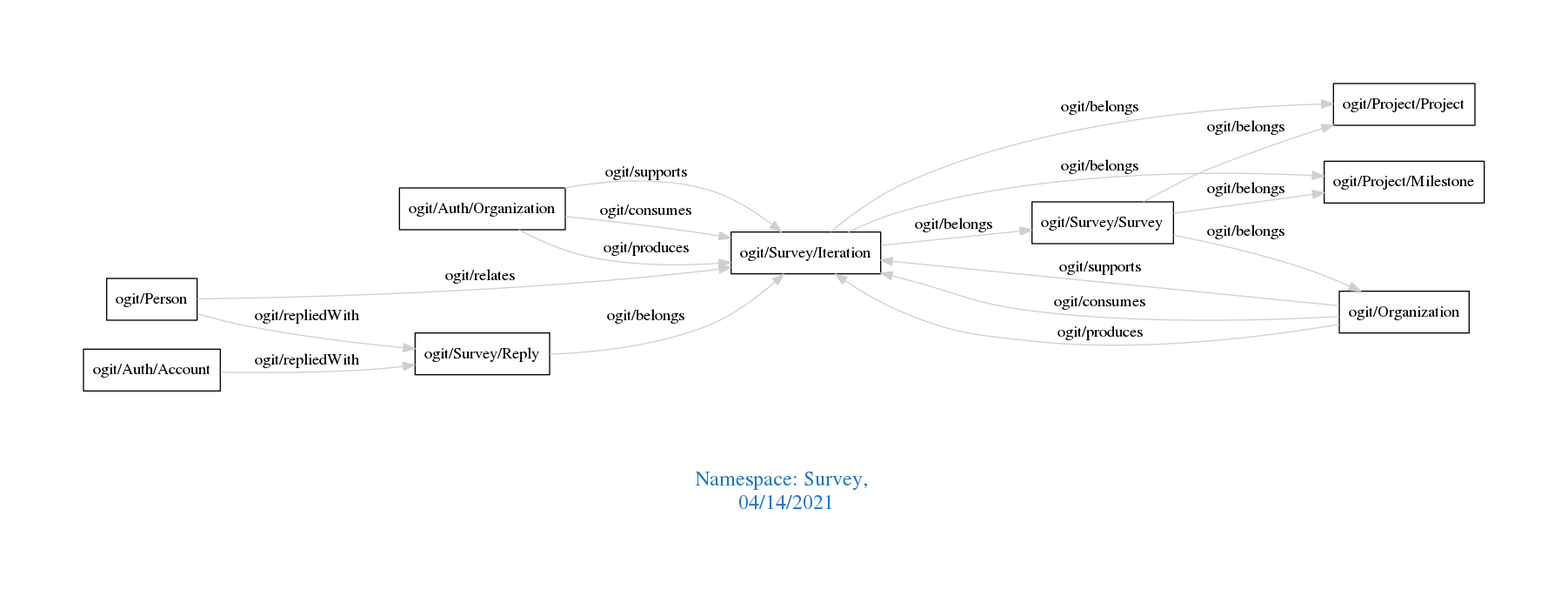
Earlier version of the Graphviz export downloads/Survey.png (arago/OGIT). Its source is kept beside it as downloads/Survey.dot.
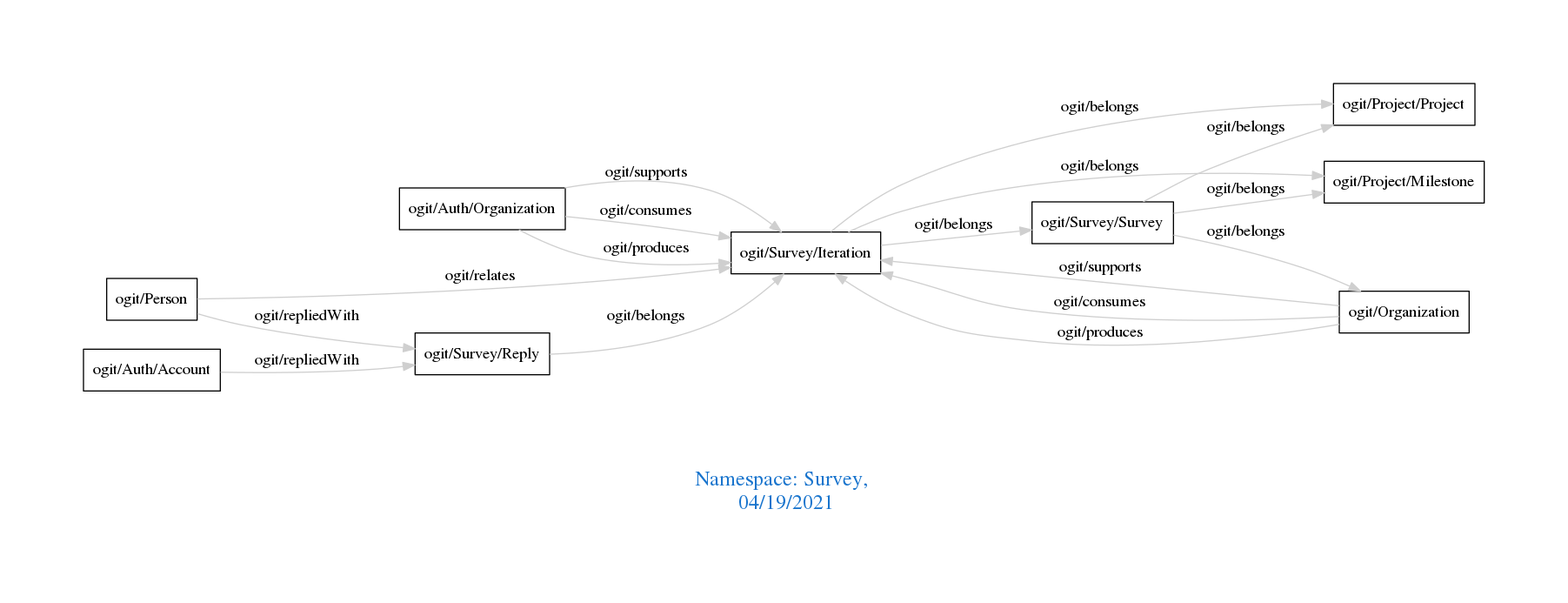
After the commit.

Diff of the diagram source:
```diff
@@ -1,7 +1,7 @@
 digraph OGIT_ontology {
  graph [ rankdir= LR,pad=1
 fontsize = 18,
-fontcolor= dodgerblue3,label = "\n\n\nNamespace: Survey, \n 04/14/2021"];
+fontcolor= dodgerblue3,label = "\n\n\nNamespace: Survey, \n 04/19/2021"];
 node[shape=polygon];
 edge [  color="gray81"];
 
```
